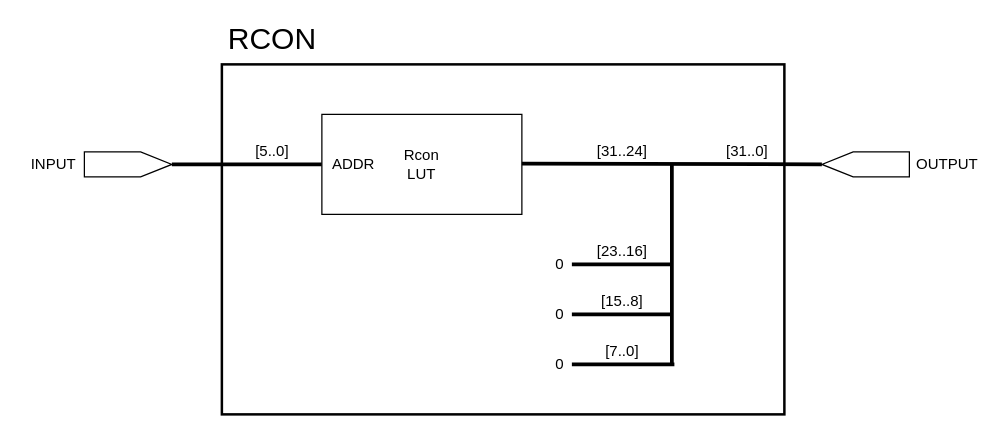
Earlier version of the draw.io diagram Diagrams/KeyExpansion/Rcon.drawio (hohaicongthuan/Project-1). Source tidied: cells renumbered, new cells numbered last; positions are measured from the earlier drawing's top-left corner, leaving out a move shared by most shapes. Both pictures are drawn from the tidied source at 125%, with x=0, y=0 at pixel (21, 26).
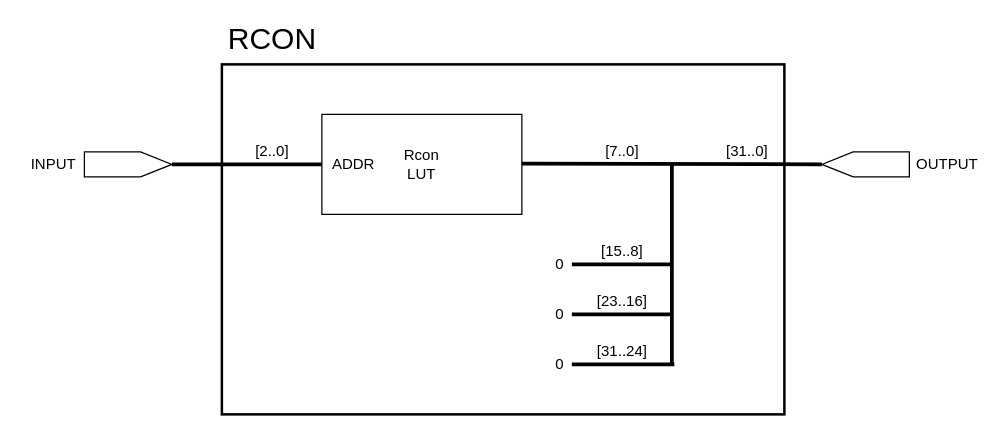
The same diagram, later.

What changed in the source:
```diff
@@
+    <mxCell id="23" style="rounded=0;whiteSpace=wrap;html=1;fillColor=none;strokeWidth=2;" parent="1" vertex="1">
+      <mxGeometry x="160" y="30" width="450" height="280" as="geometry" />
+    </mxCell>
@@
-    <mxCell id="5" value="[5..0]" style="text;html=1;align=center;verticalAlign=middle;" parent="1" vertex="1">
+    <mxCell id="5" value="[2..0]" style="text;html=1;align=center;verticalAlign=middle;" parent="1" vertex="1">
       <mxGeometry x="180" y="90" width="40" height="20" as="geometry" />
     </mxCell>
@@
-    <mxCell id="18" value="[7..0]" style="text;html=1;align=center;verticalAlign=middle;" parent="1" vertex="1">
-      <mxGeometry x="460" y="250" width="40" height="20" as="geometry" />
+    <mxCell id="18" value="[31..24]" style="text;html=1;align=center;verticalAlign=middle;" parent="1" vertex="1">
+      <mxGeometry x="450" y="250" width="60" height="20" as="geometry" />
     </mxCell>
-    <mxCell id="19" value="[15..8]" style="text;html=1;align=center;verticalAlign=middle;" parent="1" vertex="1">
-      <mxGeometry x="455" y="210" width="50" height="20" as="geometry" />
+    <mxCell id="19" value="[23..16]" style="text;html=1;align=center;verticalAlign=middle;" parent="1" vertex="1">
+      <mxGeometry x="450" y="210" width="60" height="20" as="geometry" />
     </mxCell>
-    <mxCell id="20" value="[23..16]" style="text;html=1;align=center;verticalAlign=middle;" parent="1" vertex="1">
-      <mxGeometry x="450" y="170" width="60" height="20" as="geometry" />
+    <mxCell id="20" value="[15..8]" style="text;html=1;align=center;verticalAlign=middle;" parent="1" vertex="1">
+      <mxGeometry x="455" y="170" width="50" height="20" as="geometry" />
     </mxCell>
-    <mxCell id="21" value="[31..24]" style="text;html=1;align=center;verticalAlign=middle;" parent="1" vertex="1">
-      <mxGeometry x="450" y="90" width="60" height="20" as="geometry" />
+    <mxCell id="21" value="[7..0]" style="text;html=1;align=center;verticalAlign=middle;" parent="1" vertex="1">
+      <mxGeometry x="460" y="90" width="40" height="20" as="geometry" />
     </mxCell>
@@
-    <mxCell id="23" style="rounded=0;whiteSpace=wrap;html=1;fillColor=none;strokeWidth=2;" parent="1" vertex="1">
-      <mxGeometry x="160" y="30" width="450" height="280" as="geometry" />
-    </mxCell>
```
